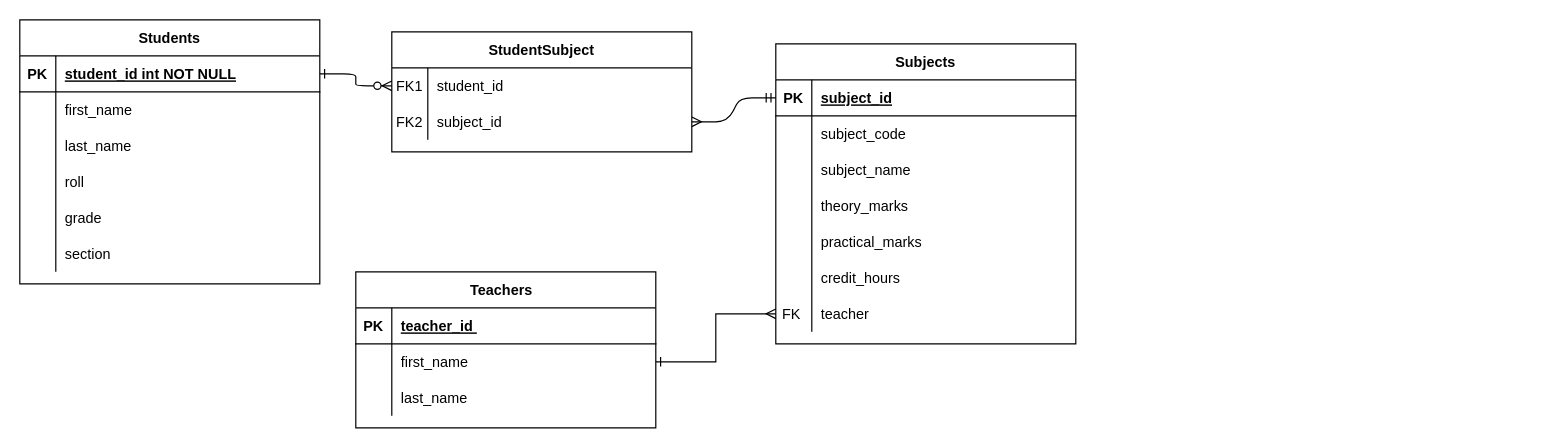
Earlier version of the draw.io diagram student_record/Untitled Diagram.drawio (Bhuwan-web/gradesheet). Source tidied: cells renumbered, new cells numbered last; positions are measured from the earlier drawing's top-left corner, leaving out a move shared by most shapes. Both pictures are drawn from the tidied source at 120%, with x=0, y=0 at pixel (19, 19).
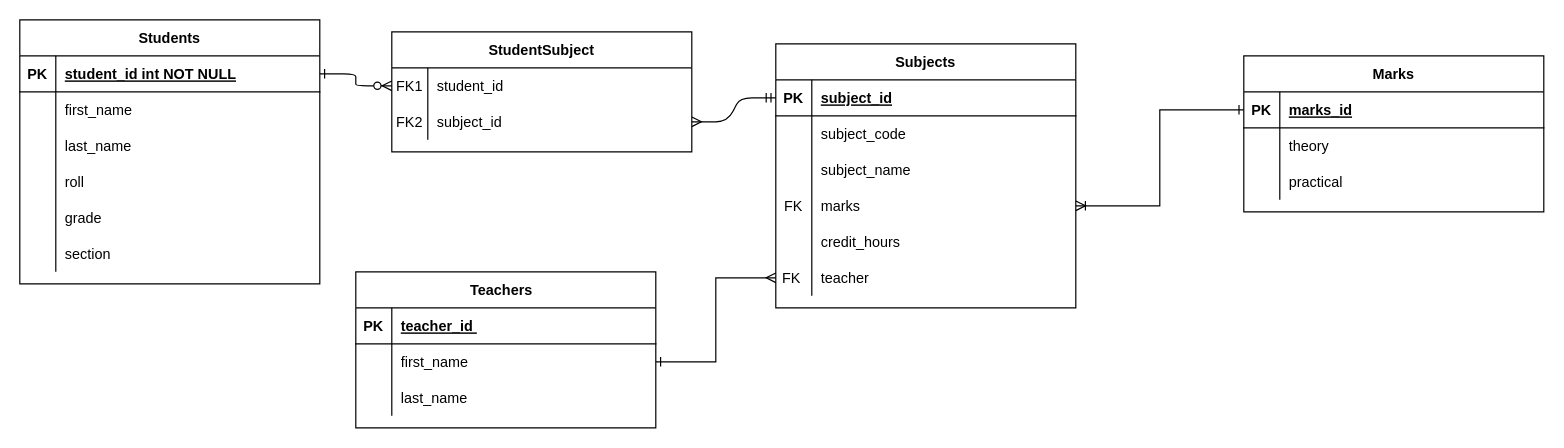
The same diagram, later.

Commit message:
isolated marks from subject.drawio

Unchanged cells that the change refers to:
```xml
<mxCell id="21" style="shape=partialRectangle;fillColor=none;points=[[0,0.5],[1,0.5]];portConstraint=eastwest;top=0;left=0;right=0;bottom=0;" parent="11" vertex="1">
  <mxGeometry y="120" width="250" height="30" as="geometry" />
</mxCell>
```

Diff of the diagram source:
```diff
@@
     <mxCell id="11" value="Subjects" style="shape=table;startSize=30;childLayout=tableLayout;rowLines=0;fontStyle=1;align=center;" parent="1" vertex="1">
-      <mxGeometry x="630" y="20" width="250" height="250" as="geometry" />
+      <mxGeometry x="630" y="20" width="250" height="220" as="geometry" />
     </mxCell>
@@
-    <mxCell id="22" style="shape=partialRectangle;overflow=hidden;fillColor=none;top=0;left=0;bottom=0;right=0;" parent="21" vertex="1">
+    <mxCell id="22" value="FK" style="shape=partialRectangle;overflow=hidden;fillColor=none;top=0;left=0;bottom=0;right=0;" parent="21" vertex="1">
       <mxGeometry width="30" height="30" as="geometry" />
     </mxCell>
-    <mxCell id="23" value="theory_marks" style="shape=partialRectangle;overflow=hidden;fillColor=none;top=0;left=0;bottom=0;right=0;align=left;spacingLeft=6;" parent="21" vertex="1">
+    <mxCell id="23" value="marks" style="shape=partialRectangle;overflow=hidden;fillColor=none;top=0;left=0;bottom=0;right=0;align=left;spacingLeft=6;" parent="21" vertex="1">
       <mxGeometry x="30" width="220" height="30" as="geometry" />
     </mxCell>
-    <mxCell id="24" style="shape=partialRectangle;fillColor=none;top=0;left=0;right=0;bottom=0;" parent="11" vertex="1">
-      <mxGeometry y="150" width="250" height="30" as="geometry" />
-    </mxCell>
-    <mxCell id="25" style="shape=partialRectangle;overflow=hidden;fillColor=none;top=0;left=0;bottom=0;right=0;" parent="24" vertex="1">
-      <mxGeometry width="30" height="30" as="geometry" />
-    </mxCell>
-    <mxCell id="26" value="practical_marks" style="shape=partialRectangle;overflow=hidden;fillColor=none;top=0;left=0;bottom=0;right=0;align=left;spacingLeft=6;" parent="24" vertex="1">
-      <mxGeometry x="30" width="220" height="30" as="geometry" />
-    </mxCell>
     <mxCell id="27" style="shape=partialRectangle;fillColor=none;top=0;left=0;right=0;bottom=0;" parent="11" vertex="1">
-      <mxGeometry y="180" width="250" height="30" as="geometry" />
+      <mxGeometry y="150" width="250" height="30" as="geometry" />
     </mxCell>
@@
     <mxCell id="30" style="shape=partialRectangle;fillColor=none;points=[[0,0.5],[1,0.5]];portConstraint=eastwest;top=0;left=0;right=0;bottom=0;" parent="11" vertex="1">
-      <mxGeometry y="210" width="250" height="30" as="geometry" />
+      <mxGeometry y="180" width="250" height="30" as="geometry" />
     </mxCell>
@@
+    <mxCell id="63" value="Marks" style="shape=table;startSize=30;childLayout=tableLayout;rowLines=0;fontStyle=1;align=center;" parent="1" vertex="1">
+      <mxGeometry x="1020" y="30" width="250" height="130" as="geometry" />
+    </mxCell>
+    <mxCell id="64" style="shape=partialRectangle;fillColor=none;points=[[0,0.5],[1,0.5]];portConstraint=eastwest;top=0;left=0;right=0;bottom=1;" parent="63" vertex="1">
+      <mxGeometry y="30" width="250" height="30" as="geometry" />
+    </mxCell>
+    <mxCell id="65" value="PK" style="shape=partialRectangle;overflow=hidden;fillColor=none;top=0;left=0;bottom=0;right=0;fontStyle=1;" parent="64" vertex="1">
+      <mxGeometry width="30" height="30" as="geometry" />
+    </mxCell>
+    <mxCell id="66" value="marks_id" style="shape=partialRectangle;overflow=hidden;fillColor=none;top=0;left=0;bottom=0;right=0;align=left;spacingLeft=6;fontStyle=5;" parent="64" vertex="1">
+      <mxGeometry x="30" width="220" height="30" as="geometry" />
+    </mxCell>
+    <mxCell id="67" style="shape=partialRectangle;fillColor=none;top=0;left=0;right=0;bottom=0;" parent="63" vertex="1">
+      <mxGeometry y="60" width="250" height="30" as="geometry" />
+    </mxCell>
+    <mxCell id="68" style="shape=partialRectangle;overflow=hidden;fillColor=none;top=0;left=0;bottom=0;right=0;" parent="67" vertex="1">
+      <mxGeometry width="30" height="30" as="geometry" />
+    </mxCell>
+    <mxCell id="69" value="theory" style="shape=partialRectangle;overflow=hidden;fillColor=none;top=0;left=0;bottom=0;right=0;align=left;spacingLeft=6;" parent="67" vertex="1">
+      <mxGeometry x="30" width="220" height="30" as="geometry" />
+    </mxCell>
+    <mxCell id="70" style="shape=partialRectangle;fillColor=none;top=0;left=0;right=0;bottom=0;" parent="63" vertex="1">
+      <mxGeometry y="90" width="250" height="30" as="geometry" />
+    </mxCell>
+    <mxCell id="71" style="shape=partialRectangle;overflow=hidden;fillColor=none;top=0;left=0;bottom=0;right=0;" parent="70" vertex="1">
+      <mxGeometry width="30" height="30" as="geometry" />
+    </mxCell>
+    <mxCell id="72" value="practical" style="shape=partialRectangle;overflow=hidden;fillColor=none;top=0;left=0;bottom=0;right=0;align=left;spacingLeft=6;" parent="70" vertex="1">
+      <mxGeometry x="30" width="220" height="30" as="geometry" />
+    </mxCell>
@@
+    <mxCell id="73" style="edgeStyle=orthogonalEdgeStyle;rounded=0;jettySize=auto;html=1;exitX=0;exitY=0.5;exitDx=0;exitDy=0;entryX=1;entryY=0.5;entryDx=0;entryDy=0;endArrow=ERoneToMany;endFill=0;startArrow=ERone;startFill=0;" parent="1" edge="1" source="64" target="21">
+      <mxGeometry relative="1" as="geometry" />
+    </mxCell>
```
